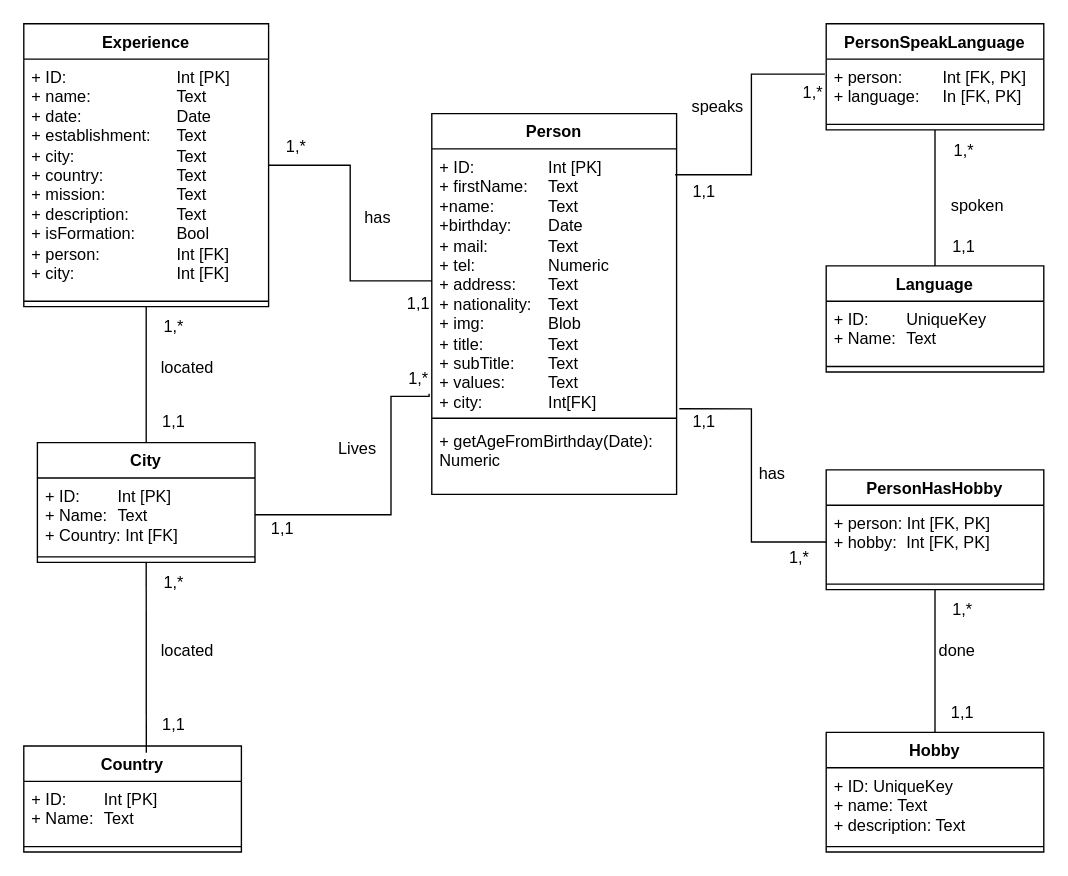
Before: CVDB.drawio in Will2KB/CVAPI, a draw.io diagram. Source tidied: cells renumbered, new cells numbered last; positions are measured from the earlier drawing's top-left corner, leaving out a move shared by most shapes. Both pictures are drawn from the tidied source at 136%, with x=0, y=0 at pixel (23, 23).
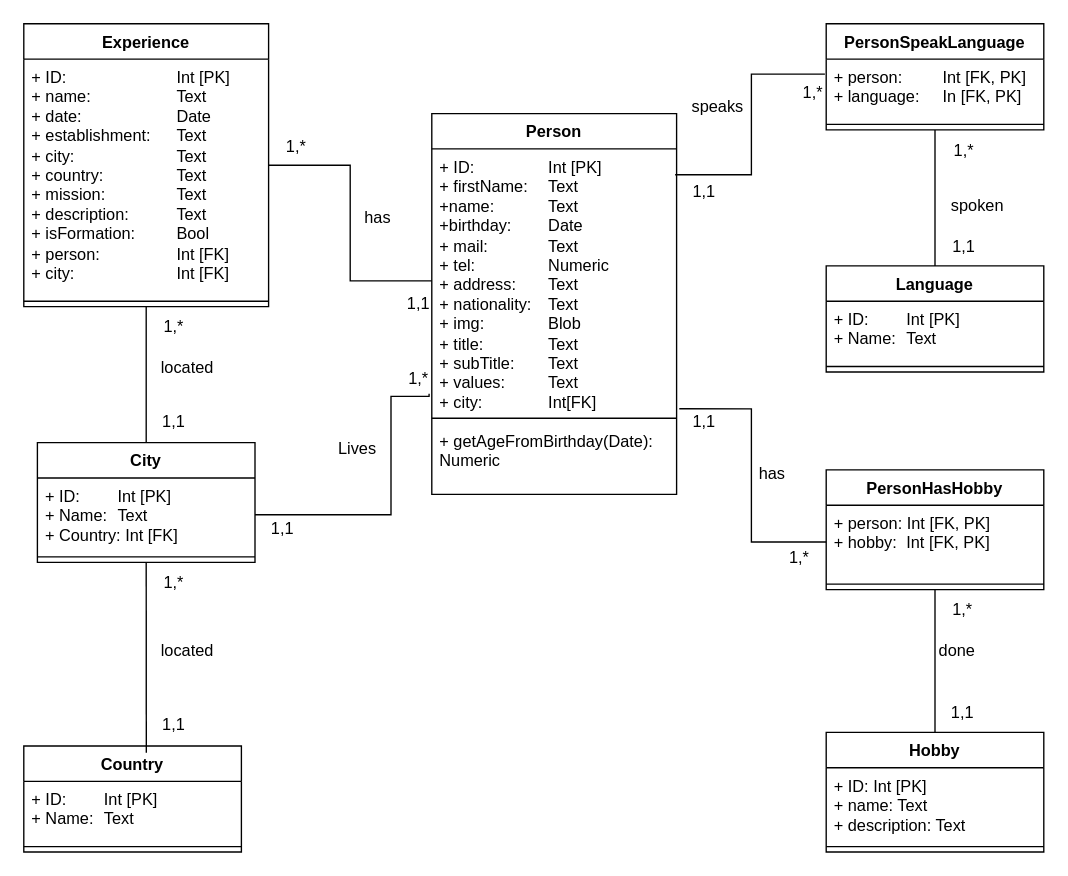
After the change.

Commit message:
Mettre à jour CVDB.drawio corrections

Unchanged cells that the change refers to:
```xml
<mxCell id="2" value="Language" style="swimlane;fontStyle=1;align=center;verticalAlign=top;horizontal=1;startSize=26;whiteSpace=wrap;html=1;" parent="1" vertex="1">
  <mxGeometry x="590" y="178" width="160" height="78" as="geometry" />
</mxCell>
<mxCell id="17" value="Hobby" style="swimlane;fontStyle=1;align=center;verticalAlign=top;horizontal=1;startSize=26;whiteSpace=wrap;html=1;" parent="1" vertex="1">
  <mxGeometry x="590" y="521" width="160" height="88" as="geometry" />
</mxCell>
```

Change to the diagram source:
```diff
@@
-    <mxCell id="3" value="+ ID: &lt;span style=&quot;white-space: pre;&quot;&gt;&#9;&lt;/span&gt;UniqueKey&lt;div&gt;+ Name: &lt;span style=&quot;white-space: pre;&quot;&gt;&#9;&lt;/span&gt;Text&lt;/div&gt;" style="text;strokeColor=none;fillColor=none;align=left;verticalAlign=top;spacingLeft=4;spacingRight=4;overflow=hidden;whiteSpace=wrap;html=1;" parent="2" vertex="1">
+    <mxCell id="3" value="+ ID: &lt;span style=&quot;white-space: pre;&quot;&gt;&#9;&lt;/span&gt;Int [PK]&lt;div&gt;+ Name: &lt;span style=&quot;white-space: pre;&quot;&gt;&#9;&lt;/span&gt;Text&lt;/div&gt;" style="text;strokeColor=none;fillColor=none;align=left;verticalAlign=top;spacingLeft=4;spacingRight=4;overflow=hidden;whiteSpace=wrap;html=1;" parent="2" vertex="1">
       <mxGeometry y="26" width="160" height="44" as="geometry" />
     </mxCell>
@@
-    <mxCell id="18" value="+ ID: UniqueKey&lt;div&gt;+ name: Text&lt;/div&gt;&lt;div&gt;+ description: Text&lt;/div&gt;" style="text;strokeColor=none;fillColor=none;align=left;verticalAlign=top;spacingLeft=4;spacingRight=4;overflow=hidden;whiteSpace=wrap;html=1;" parent="17" vertex="1">
+    <mxCell id="18" value="+ ID: Int [PK]&lt;div&gt;+ name: Text&lt;/div&gt;&lt;div&gt;+ description: Text&lt;/div&gt;" style="text;strokeColor=none;fillColor=none;align=left;verticalAlign=top;spacingLeft=4;spacingRight=4;overflow=hidden;whiteSpace=wrap;html=1;" parent="17" vertex="1">
       <mxGeometry y="26" width="160" height="54" as="geometry" />
     </mxCell>
```
